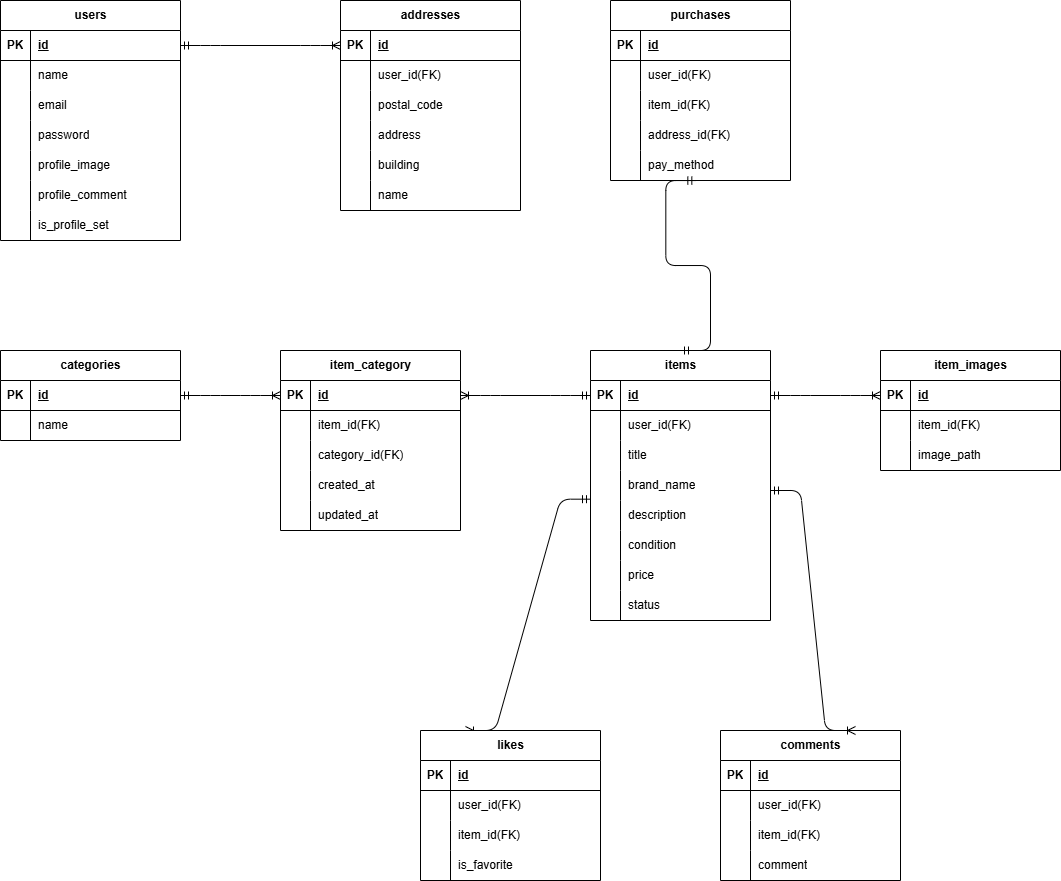
This is src/flea-market.drawio.png from yo003002/flea-market, a draw.io export, as it was before one commit. Source tidied: cells renumbered, new cells last; positions are measured from the earlier drawing's top-left corner, leaving out a move shared by most shapes.
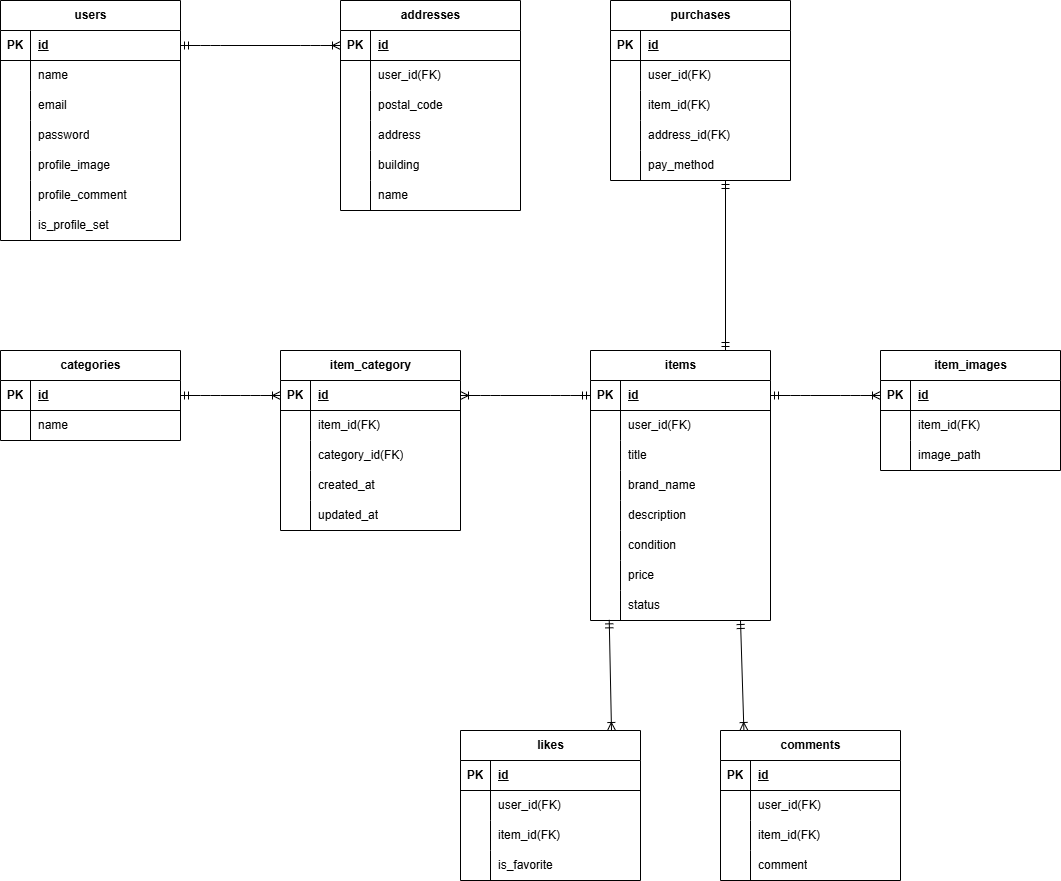
Above is the later version.

The edit, as a diff of the source:
```diff
@@ -408,23 +408,8 @@
         </Array>
       </mxGeometry>
     </mxCell>
-    <mxCell id="134" style="edgeStyle=entityRelationEdgeStyle;fontSize=12;html=1;endArrow=ERmandOne;startArrow=ERmandOne;exitX=0.5;exitY=0;exitDx=0;exitDy=0;entryX=0.474;entryY=1.002;entryDx=0;entryDy=0;entryPerimeter=0;" parent="1" edge="1" source="50" target="114">
-      <mxGeometry relative="1" as="geometry" />
-    </mxCell>
-    <mxCell id="135" style="edgeStyle=entityRelationEdgeStyle;fontSize=12;html=1;endArrow=ERoneToMany;startArrow=ERmandOne;entryX=0.75;entryY=0;entryDx=0;entryDy=0;exitX=1;exitY=0.5;exitDx=0;exitDy=0;" parent="1" edge="1" target="117">
-      <mxGeometry relative="1" as="geometry">
-        <mxPoint x="770" y="490" as="sourcePoint" />
-      </mxGeometry>
-    </mxCell>
-    <mxCell id="136" style="edgeStyle=entityRelationEdgeStyle;fontSize=12;html=1;endArrow=ERoneToMany;startArrow=ERmandOne;entryX=0.25;entryY=0;entryDx=0;entryDy=0;exitX=0;exitY=-0.044;exitDx=0;exitDy=0;exitPerimeter=0;" parent="1" edge="1" source="63" target="137">
-      <mxGeometry relative="1" as="geometry">
-        <Array as="points">
-          <mxPoint x="550" y="470" />
-        </Array>
-      </mxGeometry>
-    </mxCell>
     <mxCell id="137" value="likes" style="shape=table;startSize=30;rowLines=0;fontStyle=1;align=center;html=1;" parent="1" vertex="1">
-      <mxGeometry x="420" y="730" width="180" height="150" as="geometry" />
+      <mxGeometry x="460" y="730" width="180" height="150" as="geometry" />
     </mxCell>
     <mxCell id="138" style="shape=tableRow;horizontal=0;startSize=0;swimlaneHead=0;swimlaneBody=0;fillColor=none;top=0;left=0;right=0;bottom=1;" parent="137" vertex="1">
       <mxGeometry y="30" width="180" height="30" as="geometry" />
@@ -462,5 +447,20 @@
     <mxCell id="149" value="is_favorite" style="shape=partialRectangle;fillColor=none;top=0;left=0;bottom=0;right=0;align=left;spacingLeft=6;overflow=hidden;whiteSpace=wrap;html=1;" parent="147" vertex="1">
       <mxGeometry x="30" width="150" height="30" as="geometry" />
     </mxCell>
+    <mxCell id="150" style="fontSize=12;html=1;endArrow=ERmandOne;startArrow=ERmandOne;exitX=0.75;exitY=0;exitDx=0;exitDy=0;" parent="1" edge="1" source="50">
+      <mxGeometry relative="1" as="geometry">
+        <mxPoint x="725" y="180" as="targetPoint" />
+      </mxGeometry>
+    </mxCell>
+    <mxCell id="151" style="fontSize=12;html=1;endArrow=ERoneToMany;startArrow=ERmandOne;exitX=0.104;exitY=0.978;exitDx=0;exitDy=0;exitPerimeter=0;" parent="1" edge="1" source="72">
+      <mxGeometry relative="1" as="geometry">
+        <mxPoint x="611" y="730" as="targetPoint" />
+      </mxGeometry>
+    </mxCell>
+    <mxCell id="152" style="fontSize=12;html=1;endArrow=ERoneToMany;startArrow=ERmandOne;entryX=0.13;entryY=0;entryDx=0;entryDy=0;entryPerimeter=0;" parent="1" edge="1" target="117">
+      <mxGeometry relative="1" as="geometry">
+        <mxPoint x="740" y="620" as="sourcePoint" />
+      </mxGeometry>
+    </mxCell>
   </root>
 </mxGraphModel>
```
